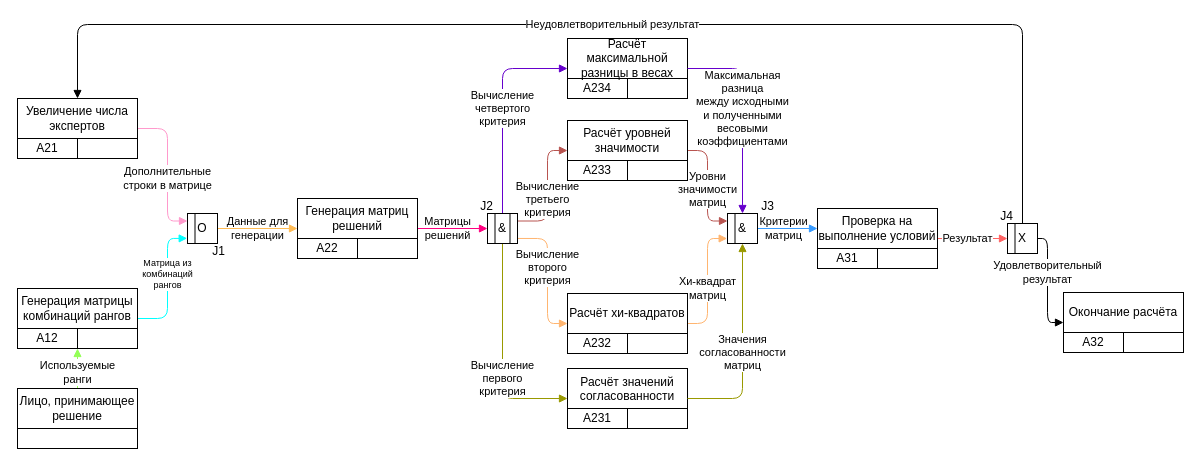
Earlier version of the draw.io diagram draw_io/IDEF3.drawio (Dimj1k/Works). Source tidied: cells renumbered, new cells numbered last; positions are measured from the earlier drawing's top-left corner, leaving out a move shared by most shapes. Both pictures are drawn from the tidied source at 100%, with x=0, y=0 at pixel (17, 24).
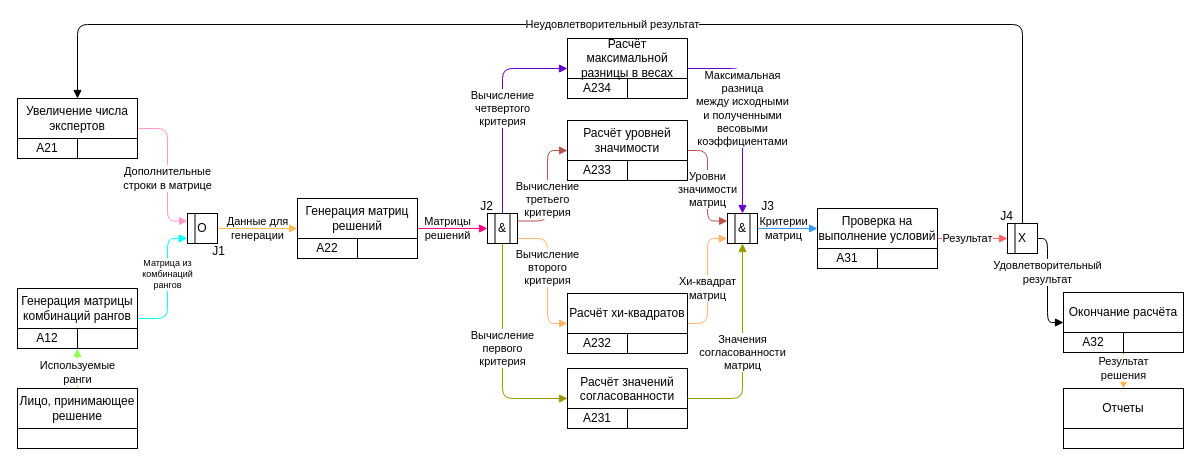
After the change.

The change refers to these unchanged cells:
```xml
<mxCell id="44" value="А32" style="text;html=1;strokeColor=none;fillColor=none;align=center;verticalAlign=middle;whiteSpace=wrap;rounded=0;" parent="40" vertex="1">
  <mxGeometry y="40" width="60" height="20" as="geometry" />
</mxCell>
<mxCell id="50" value="&amp;amp;" style="rounded=0;whiteSpace=wrap;html=1;" parent="1" vertex="1">
  <mxGeometry x="470" y="189" width="30" height="30" as="geometry" />
</mxCell>
<mxCell id="58" value="Расчёт значений согласованности" style="rounded=0;whiteSpace=wrap;html=1;verticalAlign=top;" parent="57" vertex="1">
  <mxGeometry width="120" height="60" as="geometry" />
</mxCell>
<mxCell id="63" value="&amp;amp;" style="rounded=0;whiteSpace=wrap;html=1;" parent="1" vertex="1">
  <mxGeometry x="710" y="189" width="30" height="30" as="geometry" />
</mxCell>
```

Diff of the diagram source:
```diff
@@
+    <mxCell id="89" value="Результат&lt;br&gt;решения" style="edgeStyle=orthogonalEdgeStyle;rounded=0;jettySize=auto;html=1;exitX=1;exitY=1;exitDx=0;exitDy=0;entryX=0.5;entryY=0;entryDx=0;entryDy=0;endArrow=block;endFill=1;strokeColor=#FFB83D;" parent="1" edge="1" source="44" target="94">
+      <mxGeometry x="-0.11" relative="1" as="geometry">
+        <Array as="points">
+          <mxPoint x="1106" y="344" />
+          <mxPoint x="1106" y="344" />
+        </Array>
+      </mxGeometry>
+    </mxCell>
@@
     <mxCell id="46" value="Вычисление&lt;br&gt;первого&lt;br&gt;критерия" style="edgeStyle=orthogonalEdgeStyle;rounded=1;jettySize=auto;html=1;entryX=0;entryY=0.5;entryDx=0;entryDy=0;endArrow=block;endFill=1;strokeColor=#999900;" parent="1" edge="1" source="50" target="58">
-      <mxGeometry x="0.23" relative="1" as="geometry">
+      <mxGeometry x="-0.05" relative="1" as="geometry">
         <Array as="points">
           <mxPoint x="485" y="374" />
         </Array>
       </mxGeometry>
     </mxCell>
@@
+    <mxCell id="90" style="endArrow=none;html=1;rounded=0;entryX=0.75;entryY=0;entryDx=0;entryDy=0;exitX=0.75;exitY=1;exitDx=0;exitDy=0;" parent="1" edge="1" source="63" target="63">
+      <mxGeometry relative="1" as="geometry" />
+    </mxCell>
+    <mxCell id="91" style="group;" parent="1" vertex="1">
+      <mxGeometry x="1046" y="364" width="120" height="60" as="geometry" />
+    </mxCell>
+    <mxCell id="92" style="rounded=0;whiteSpace=wrap;html=1;" parent="91" vertex="1">
+      <mxGeometry width="120" height="60" as="geometry" />
+    </mxCell>
+    <mxCell id="93" style="rounded=0;whiteSpace=wrap;html=1;" parent="91" vertex="1">
+      <mxGeometry y="40" width="120" height="20" as="geometry" />
+    </mxCell>
+    <mxCell id="94" value="Отчеты" style="text;html=1;strokeColor=none;fillColor=none;align=center;verticalAlign=middle;whiteSpace=wrap;rounded=0;" parent="91" vertex="1">
+      <mxGeometry width="120" height="40" as="geometry" />
+    </mxCell>
```
